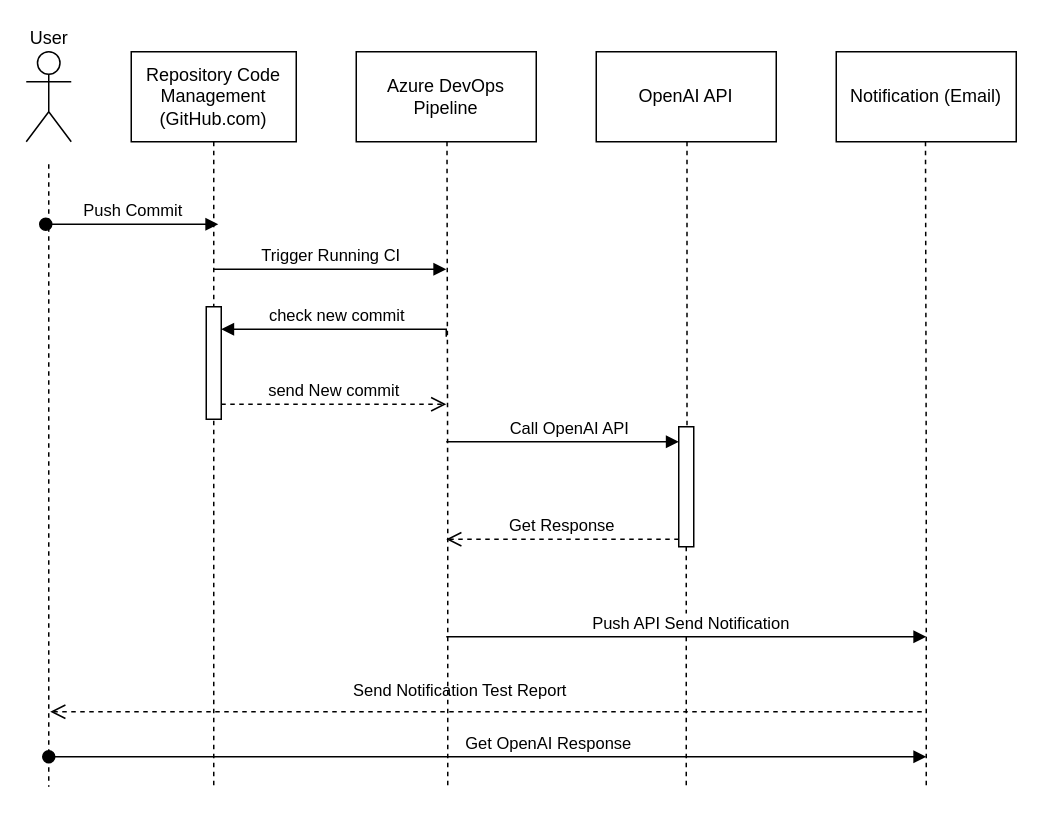
Earlier version of the draw.io diagram chatGPT interaction.drawio (apencoreply/DevOpsEmpowerTool). Source tidied: cells renumbered, new cells numbered last; positions are measured from the earlier drawing's top-left corner, leaving out a move shared by most shapes. Both pictures are drawn from the tidied source at 150%, with x=0, y=0 at pixel (26, 51).
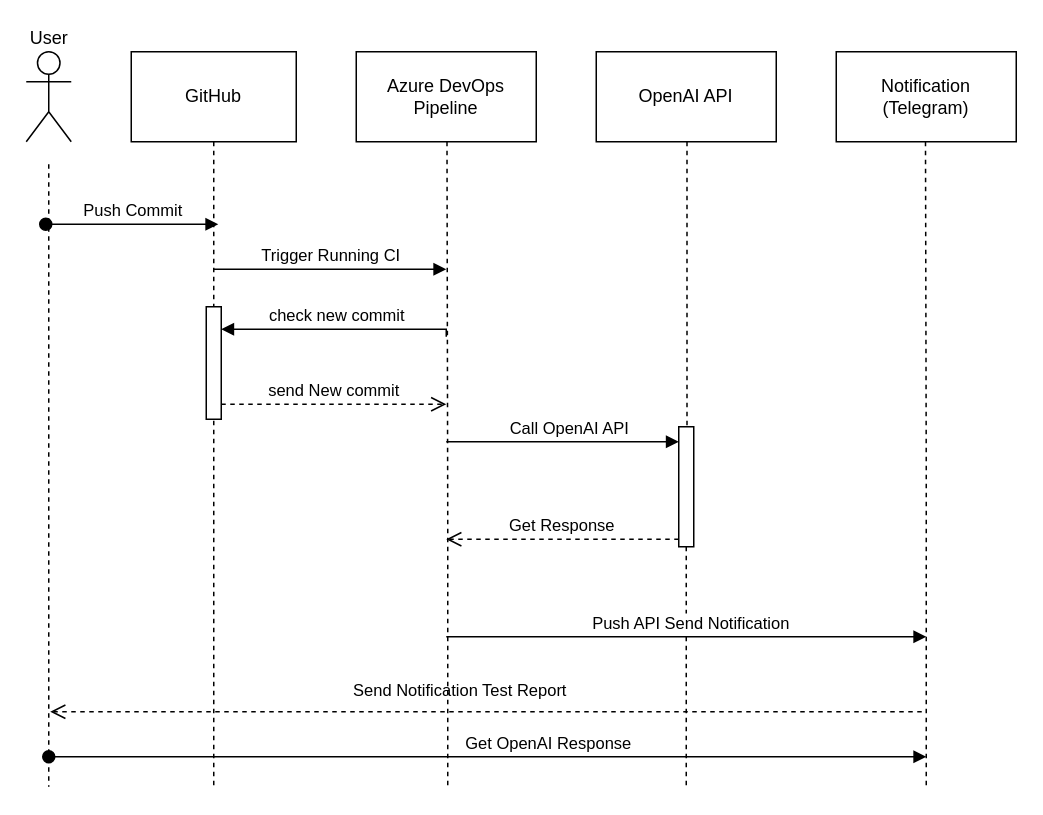
The same page after the edit.

Diff of the diagram source:
```diff
@@
-    <mxCell id="4" value="Notification (Email)" style="whiteSpace=wrap;html=1;" parent="1" vertex="1">
+    <mxCell id="4" value="Notification (Telegram)" style="whiteSpace=wrap;html=1;" parent="1" vertex="1">
       <mxGeometry x="540" width="120" height="60" as="geometry" />
     </mxCell>
@@
-    <mxCell id="14" value="Repository Code Management (GitHub.com)" style="html=1;whiteSpace=wrap;" parent="1" vertex="1">
+    <mxCell id="14" value="GitHub" style="html=1;whiteSpace=wrap;" parent="1" vertex="1">
       <mxGeometry x="70" width="110" height="60" as="geometry" />
     </mxCell>
```
